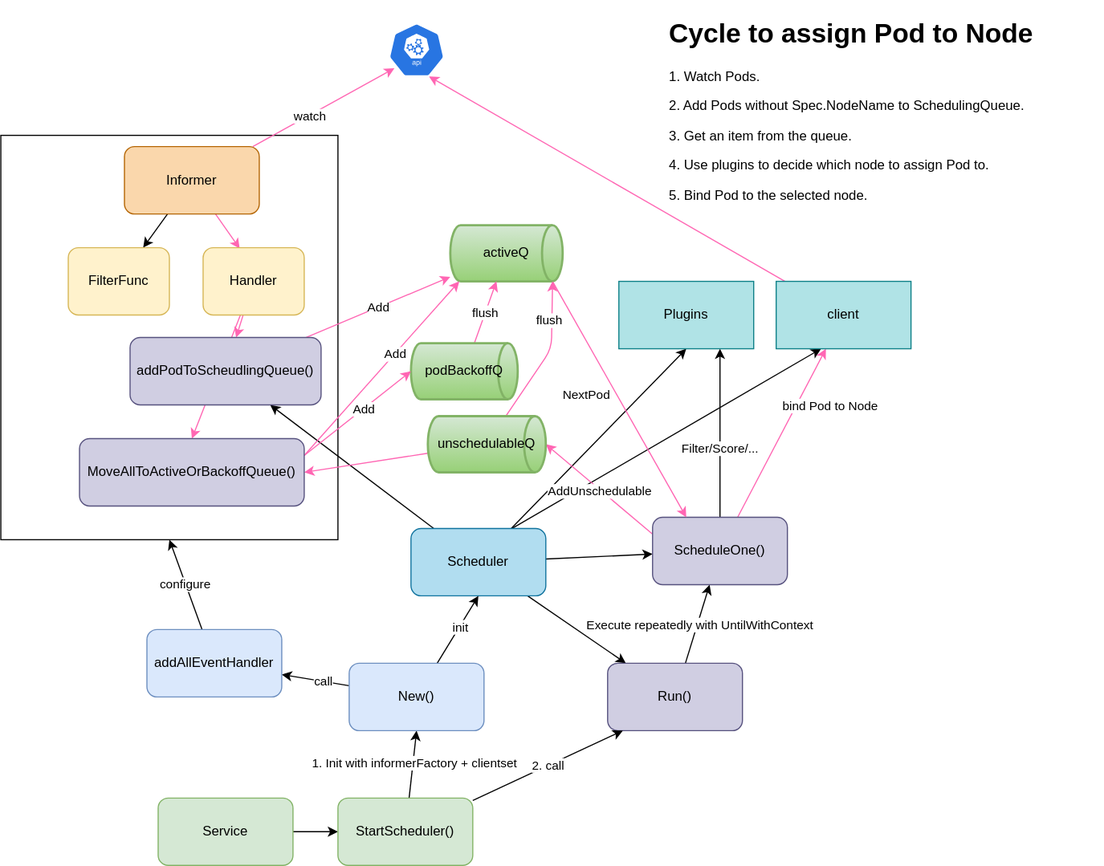
Earlier version of the draw.io export diagram.drawio.svg (nakamasato/mini-kube-scheduler). Source tidied: cells renumbered, new cells last; positions are measured from the earlier drawing's top-left corner, leaving out a move shared by most shapes.
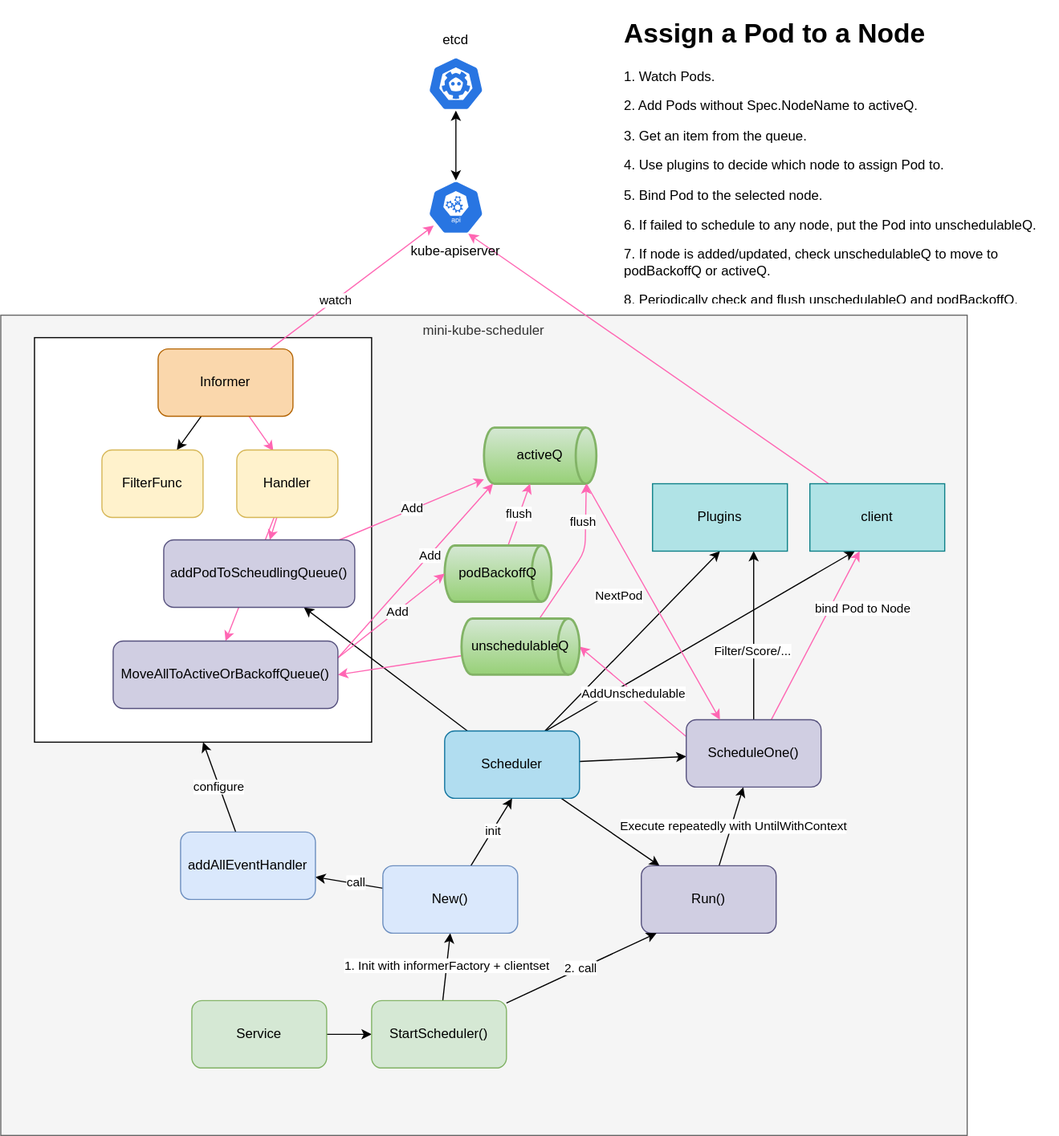
Later version of the same file.

Change to the diagram source:
```diff
@@ -2,6 +2,9 @@
   <root>
     <mxCell id="0" />
     <mxCell id="1" parent="0" />
+    <mxCell id="63" value="mini-kube-scheduler" style="rounded=0;whiteSpace=wrap;html=1;fillColor=#f5f5f5;fontColor=#333333;strokeColor=#666666;verticalAlign=top;" parent="1" vertex="1">
+      <mxGeometry x="-30" y="90" width="860" height="730" as="geometry" />
+    </mxCell>
     <mxCell id="2" style="rounded=0;whiteSpace=wrap;html=1;" parent="1" vertex="1">
       <mxGeometry y="110" width="300" height="360" as="geometry" />
     </mxCell>
@@ -106,7 +109,7 @@
       <mxGeometry x="690" y="240" width="120" height="60" as="geometry" />
     </mxCell>
     <mxCell id="35" style="sketch=0;html=1;dashed=0;whitespace=wrap;fillColor=#2875E2;strokeColor=#ffffff;points=[[0.005,0.63,0],[0.1,0.2,0],[0.9,0.2,0],[0.5,0,0],[0.995,0.63,0],[0.72,0.99,0],[0.5,1,0],[0.28,0.99,0]];shape=mxgraph.kubernetes.icon;prIcon=api;" parent="1" vertex="1">
-      <mxGeometry x="345" y="10" width="50" height="48" as="geometry" />
+      <mxGeometry x="350" y="-30" width="50" height="48" as="geometry" />
     </mxCell>
     <mxCell id="36" style="edgeStyle=none;html=1;" parent="1" edge="1" source="37" target="41">
       <mxGeometry relative="1" as="geometry" />
@@ -154,8 +157,8 @@
     <mxCell id="49" value="&lt;span&gt;Plugins&lt;/span&gt;" style="rounded=0;whiteSpace=wrap;html=1;fillColor=#b0e3e6;strokeColor=#0e8088;" parent="1" vertex="1">
       <mxGeometry x="550" y="240" width="120" height="60" as="geometry" />
     </mxCell>
-    <mxCell id="50" value="&lt;h1&gt;Cycle to assign Pod to Node&lt;/h1&gt;&lt;p&gt;1. Watch Pods.&lt;/p&gt;&lt;p&gt;2. Add Pods without Spec.NodeName to SchedulingQueue.&lt;/p&gt;&lt;p&gt;3. Get an item from the queue.&lt;/p&gt;&lt;p&gt;4. Use plugins to decide which node to assign Pod to.&lt;/p&gt;&lt;p&gt;5. Bind Pod to the selected node.&lt;/p&gt;" style="text;html=1;strokeColor=none;fillColor=none;spacing=5;spacingTop=-20;whiteSpace=wrap;overflow=hidden;rounded=0;" parent="1" vertex="1">
-      <mxGeometry x="590" width="390" height="180" as="geometry" />
+    <mxCell id="50" value="&lt;h1&gt;Assign a Pod to a Node&lt;/h1&gt;&lt;p&gt;1. Watch Pods.&lt;/p&gt;&lt;p&gt;2. Add Pods without Spec.NodeName to activeQ.&lt;/p&gt;&lt;p&gt;3. Get an item from the queue.&lt;/p&gt;&lt;p&gt;4. Use plugins to decide which node to assign Pod to.&lt;/p&gt;&lt;p&gt;5. Bind Pod to the selected node.&lt;/p&gt;&lt;p&gt;6. If failed to schedule to any node, put the Pod into unschedulableQ.&lt;/p&gt;&lt;p&gt;7. If node is added/updated, check unschedulableQ to move to podBackoffQ or activeQ.&lt;/p&gt;&lt;p&gt;8. Periodically check and flush unschedulableQ and podBackoffQ.&lt;/p&gt;" style="text;html=1;strokeColor=none;fillColor=none;spacing=5;spacingTop=-20;whiteSpace=wrap;overflow=hidden;rounded=0;" parent="1" vertex="1">
+      <mxGeometry x="520" y="-180" width="390" height="260" as="geometry" />
     </mxCell>
     <mxCell id="51" value="activeQ" style="strokeWidth=2;html=1;shape=mxgraph.flowchart.direct_data;whiteSpace=wrap;fillColor=#d5e8d4;gradientColor=#97d077;strokeColor=#82b366;" parent="1" vertex="1">
       <mxGeometry x="400" y="190" width="100" height="50" as="geometry" />
@@ -197,5 +200,17 @@
     <mxCell id="62" value="MoveAllToActiveOrBackoffQueue()" style="rounded=1;whiteSpace=wrap;html=1;fillColor=#d0cee2;strokeColor=#56517e;" parent="1" vertex="1">
       <mxGeometry x="70" y="380" width="200" height="60" as="geometry" />
     </mxCell>
+    <mxCell id="64" style="sketch=0;html=1;dashed=0;whitespace=wrap;fillColor=#2875E2;strokeColor=#ffffff;points=[[0.005,0.63,0],[0.1,0.2,0],[0.9,0.2,0],[0.5,0,0],[0.995,0.63,0],[0.72,0.99,0],[0.5,1,0],[0.28,0.99,0]];shape=mxgraph.kubernetes.icon;prIcon=etcd;" parent="1" vertex="1">
+      <mxGeometry x="350" y="-140" width="50" height="48" as="geometry" />
+    </mxCell>
+    <mxCell id="65" value="kube-apiserver" style="text;html=1;strokeColor=none;fillColor=none;align=center;verticalAlign=middle;whiteSpace=wrap;rounded=0;" parent="1" vertex="1">
+      <mxGeometry x="325" y="18" width="100" height="30" as="geometry" />
+    </mxCell>
+    <mxCell id="66" value="etcd" style="text;html=1;strokeColor=none;fillColor=none;align=center;verticalAlign=middle;whiteSpace=wrap;rounded=0;" parent="1" vertex="1">
+      <mxGeometry x="325" y="-170" width="100" height="30" as="geometry" />
+    </mxCell>
+    <mxCell id="67" style="edgeStyle=none;html=1;entryX=0.5;entryY=1;entryDx=0;entryDy=0;entryPerimeter=0;exitX=0.5;exitY=0;exitDx=0;exitDy=0;exitPerimeter=0;startArrow=classic;startFill=1;" parent="1" edge="1" source="35" target="64">
+      <mxGeometry relative="1" as="geometry" />
+    </mxCell>
   </root>
 </mxGraphModel>
```
